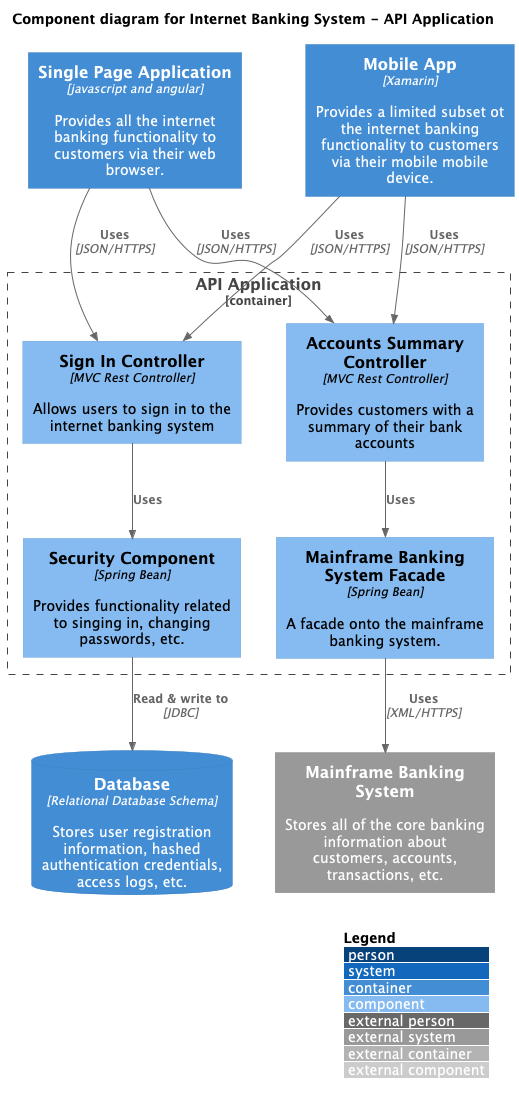
Earlier version of the PlantUML export docs/assets/component-diagram.png (0x4e3/c4-diagrams). Its diagram source:
```plantuml
@startuml
!if %variable_exists("RELATIVE_INCLUDE")
    !include %get_variable_value("RELATIVE_INCLUDE")/C4_Component.puml
!else
    !include https://raw.githubusercontent.com/plantuml-stdlib/C4-PlantUML/master/C4_Component.puml
!endif

LAYOUT_WITH_LEGEND()

title Component diagram for Internet Banking System - API Application

Container(spa, "Single Page Application", "javascript and angular", "Provides all the internet banking functionality to customers via their web browser.")

Container(ma, "Mobile App", "Xamarin", "Provides a limited subset ot the internet banking functionality to customers via their mobile mobile device.")

ContainerDb(db, "Database", "Relational Database Schema", "Stores user registration information, hashed authentication credentials, access logs, etc.")

System_Ext(mbs, "Mainframe Banking System", "Stores all of the core banking information about customers, accounts, transactions, etc.")

Container_Boundary(api, "API Application") {
    Component(sign, "Sign In Controller", "MVC Rest Controller", "Allows users to sign in to the internet banking system")

    Component(accounts, "Accounts Summary Controller", "MVC Rest Controller", "Provides customers with a summary of their bank accounts")

    Component(security, "Security Component", "Spring Bean", "Provides functionality related to singing in, changing passwords, etc.")

    Component(mbsfacade, "Mainframe Banking System Facade", "Spring Bean", "A facade onto the mainframe banking system.")

    Rel(sign, security, "Uses")
    Rel(accounts, mbsfacade, "Uses")
    Rel(security, db, "Read & write to", "JDBC")
    Rel(mbsfacade, mbs, "Uses", "XML/HTTPS")
}

Rel(spa, sign, "Uses", "JSON/HTTPS")
Rel(spa, accounts, "Uses", "JSON/HTTPS")
Rel(ma, sign, "Uses", "JSON/HTTPS")
Rel(ma, accounts, "Uses", "JSON/HTTPS")

@enduml
```
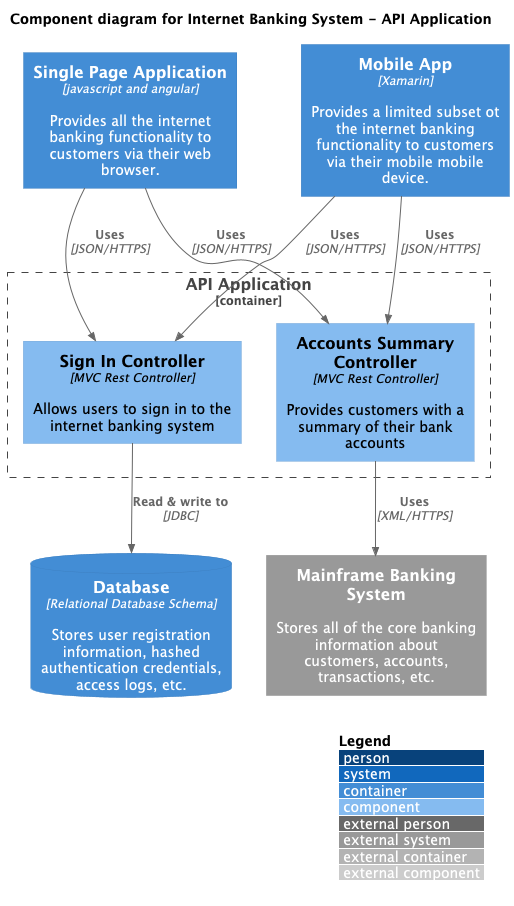
Above is the later version.

The edit, as a diff of the source:
```diff
@@ -22,14 +22,8 @@
 
     Component(accounts, "Accounts Summary Controller", "MVC Rest Controller", "Provides customers with a summary of their bank accounts")
 
-    Component(security, "Security Component", "Spring Bean", "Provides functionality related to singing in, changing passwords, etc.")
-
-    Component(mbsfacade, "Mainframe Banking System Facade", "Spring Bean", "A facade onto the mainframe banking system.")
-
-    Rel(sign, security, "Uses")
-    Rel(accounts, mbsfacade, "Uses")
-    Rel(security, db, "Read & write to", "JDBC")
-    Rel(mbsfacade, mbs, "Uses", "XML/HTTPS")
+    Rel(sign, db, "Read & write to", "JDBC")
+    Rel(accounts, mbs, "Uses", "XML/HTTPS")
 }
 
 Rel(spa, sign, "Uses", "JSON/HTTPS")
```
